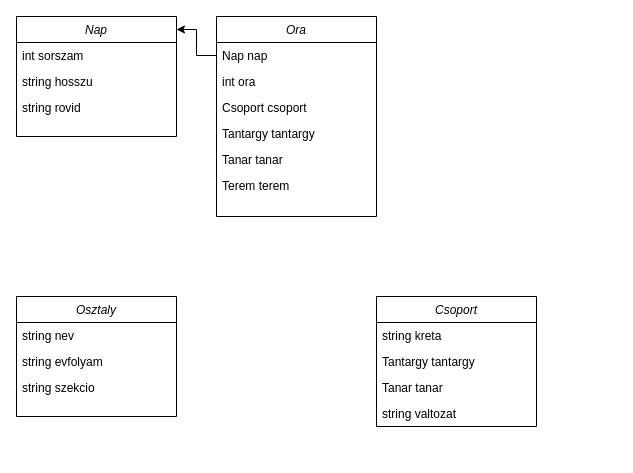
Above: dbmodel.drawio in MolnAtt/szlgorarend (draw.io), before the change. Source tidied: cells renumbered, new cells numbered last; positions are measured from the earlier drawing's top-left corner, leaving out a move shared by most shapes. Both pictures are drawn from the tidied source at 100%, with x=0, y=0 at pixel (16, 16).
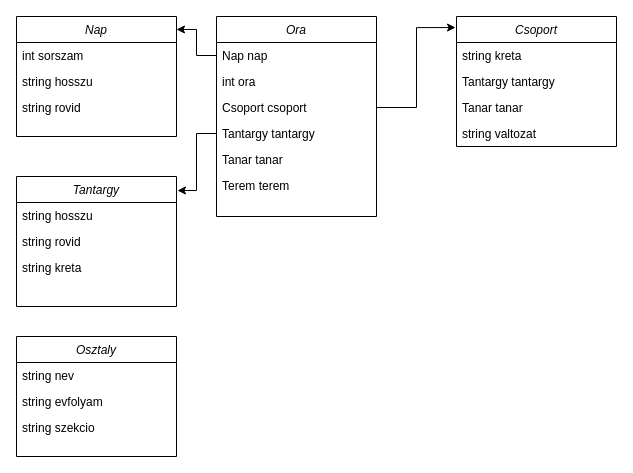
Above is the later version.

The change refers to these unchanged cells:
```xml
<mxCell id="5" value="Csoport csoport" style="text;align=left;verticalAlign=top;spacingLeft=4;spacingRight=4;overflow=hidden;points=[[0,0.5],[1,0.5]];portConstraint=eastwest;rounded=0;shadow=0;html=0;" parent="2" vertex="1">
  <mxGeometry y="78" width="160" height="26" as="geometry" />
</mxCell>
<mxCell id="6" value="Tantargy tantargy" style="text;align=left;verticalAlign=top;spacingLeft=4;spacingRight=4;overflow=hidden;points=[[0,0.5],[1,0.5]];portConstraint=eastwest;rounded=0;shadow=0;html=0;" parent="2" vertex="1">
  <mxGeometry y="104" width="160" height="26" as="geometry" />
</mxCell>
```

What changed in the source:
```diff
@@
     <mxCell id="14" value="Osztaly" style="swimlane;fontStyle=2;align=center;verticalAlign=top;horizontal=1;startSize=26;rounded=0;shadow=0;strokeWidth=1;" parent="1" vertex="1">
-      <mxGeometry y="280" width="160" height="120" as="geometry" />
+      <mxGeometry y="320" width="160" height="120" as="geometry" />
     </mxCell>
@@
     <mxCell id="18" value="Csoport" style="swimlane;fontStyle=2;align=center;verticalAlign=top;horizontal=1;startSize=26;rounded=0;shadow=0;strokeWidth=1;" parent="1" vertex="1">
-      <mxGeometry x="360" y="280" width="160" height="130" as="geometry" />
+      <mxGeometry x="440" width="160" height="130" as="geometry" />
     </mxCell>
@@
+    <mxCell id="23" value="Tantargy" style="swimlane;fontStyle=2;align=center;verticalAlign=top;horizontal=1;startSize=26;rounded=0;shadow=0;strokeWidth=1;" parent="1" vertex="1">
+      <mxGeometry y="160" width="160" height="130" as="geometry" />
+    </mxCell>
+    <mxCell id="24" value="string hosszu" style="text;align=left;verticalAlign=top;spacingLeft=4;spacingRight=4;overflow=hidden;" parent="23" vertex="1">
+      <mxGeometry y="26" width="160" height="26" as="geometry" />
+    </mxCell>
+    <mxCell id="25" value="string rovid" style="text;align=left;verticalAlign=top;spacingLeft=4;spacingRight=4;overflow=hidden;rounded=0;shadow=0;html=0;" parent="23" vertex="1">
+      <mxGeometry y="52" width="160" height="26" as="geometry" />
+    </mxCell>
+    <mxCell id="26" value="string kreta" style="text;align=left;verticalAlign=top;spacingLeft=4;spacingRight=4;overflow=hidden;rounded=0;shadow=0;html=0;" parent="23" vertex="1">
+      <mxGeometry y="78" width="160" height="26" as="geometry" />
+    </mxCell>
+    <mxCell id="27" style="edgeStyle=orthogonalEdgeStyle;rounded=0;jettySize=auto;html=1;exitX=0;exitY=0.5;exitDx=0;exitDy=0;entryX=1.006;entryY=0.108;entryDx=0;entryDy=0;entryPerimeter=0;" parent="1" edge="1" source="6" target="23">
+      <mxGeometry relative="1" as="geometry" />
+    </mxCell>
+    <mxCell id="28" style="edgeStyle=orthogonalEdgeStyle;rounded=0;jettySize=auto;html=1;exitX=1;exitY=0.5;exitDx=0;exitDy=0;entryX=-0.006;entryY=0.085;entryDx=0;entryDy=0;entryPerimeter=0;" parent="1" edge="1" source="5" target="18">
+      <mxGeometry relative="1" as="geometry" />
+    </mxCell>
```
